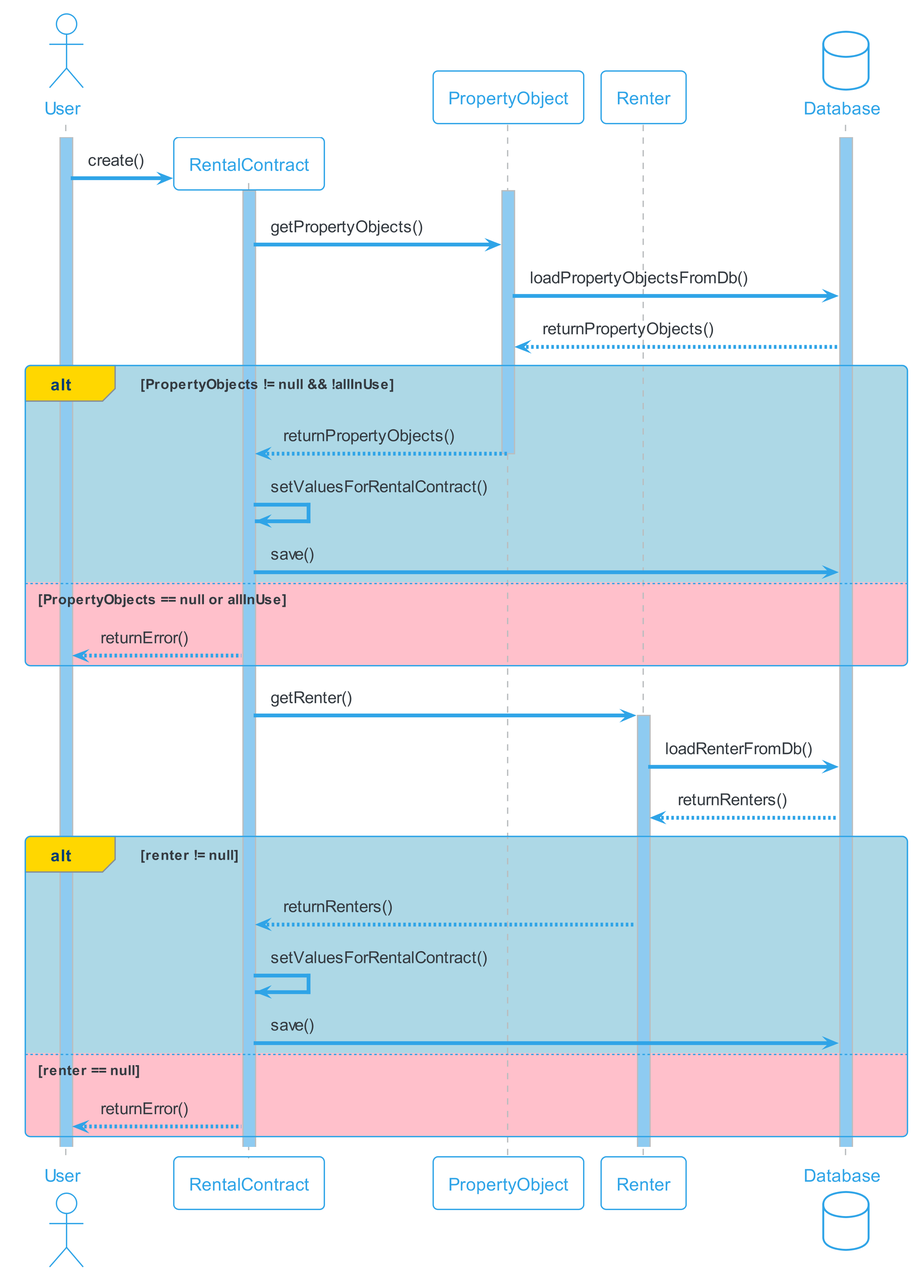
Above: docs/content/diagrams/out/sequenzdiagram/mietvertrag/mietvertrag.png in sirtheta/ImmoGlobal_Semesterarbeit (PlantUML), before the change. The source it was exported from:
```plantuml
@startuml mietvertrag
!theme cerulean-outline
skinparam sequence {
LifeLineBackgroundColor #8ECBF1
ParticipantPadding 2
}
skinparam dpi 300

actor User as user
activate user
participant RentalContract as rc
participant PropertyObject as probj
participant Renter as re
database Database as db
activate db
create rc
user -> rc ++ : create()
activate probj
rc -> probj : getPropertyObjects()
probj -> db : loadPropertyObjectsFromDb()
db --> probj : returnPropertyObjects()
alt#Gold #LightBlue PropertyObjects != null && !allInUse
  probj --> rc : returnPropertyObjects()
deactivate probj
  rc -> rc : setValuesForRentalContract()
  rc -> db : save()
else #Pink PropertyObjects == null or allInUse
  rc --> user : returnError()
end

rc -> re : getRenter()
activate re
re -> db : loadRenterFromDb()
db--> re : returnRenters()
alt#Gold #LightBlue renter != null
  re --> rc : returnRenters()
  rc -> rc : setValuesForRentalContract()
  rc -> db : save()
else #Pink renter == null
  rc --> user : returnError()
end
@enduml
```
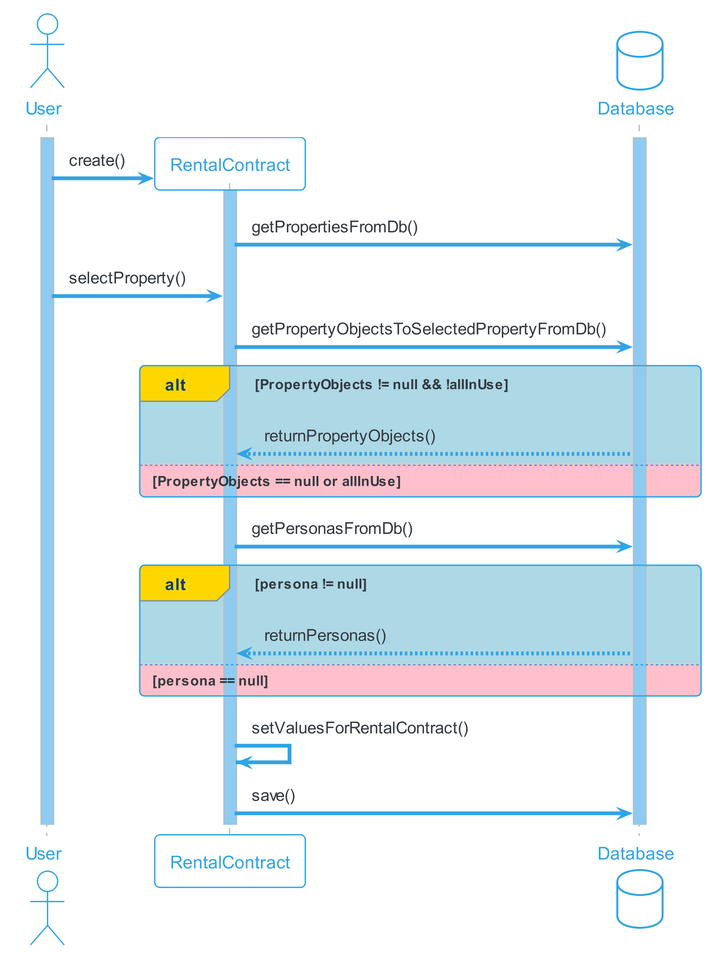
After the change.

What changed in the source:
```diff
@@ -9,34 +9,23 @@
 actor User as user
 activate user
 participant RentalContract as rc
-participant PropertyObject as probj
-participant Renter as re
 database Database as db
 activate db
 create rc
 user -> rc ++ : create()
-activate probj
-rc -> probj : getPropertyObjects()
-probj -> db : loadPropertyObjectsFromDb()
-db --> probj : returnPropertyObjects()
+rc -> db : getPropertiesFromDb()
+user -> rc : selectProperty()
+rc -> db: getPropertyObjectsToSelectedPropertyFromDb()
 alt#Gold #LightBlue PropertyObjects != null && !allInUse
-  probj --> rc : returnPropertyObjects()
-deactivate probj
+  db --> rc: returnPropertyObjects()
+else #Pink PropertyObjects == null or allInUse
+end
+
+rc -> db : getPersonasFromDb()
+alt#Gold #LightBlue persona != null
+  db--> rc : returnPersonas()
+else #Pink persona == null
+end
   rc -> rc : setValuesForRentalContract()
   rc -> db : save()
-else #Pink PropertyObjects == null or allInUse
-  rc --> user : returnError()
-end
-
-rc -> re : getRenter()
-activate re
-re -> db : loadRenterFromDb()
-db--> re : returnRenters()
-alt#Gold #LightBlue renter != null
-  re --> rc : returnRenters()
-  rc -> rc : setValuesForRentalContract()
-  rc -> db : save()
-else #Pink renter == null
-  rc --> user : returnError()
-end
 @enduml
```
